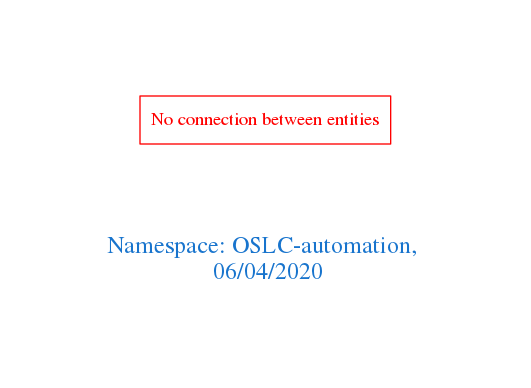
Earlier version of the Graphviz export downloads/OSLC-automation.png (arago/OGIT). Its source is kept beside it as downloads/OSLC-automation.dot.
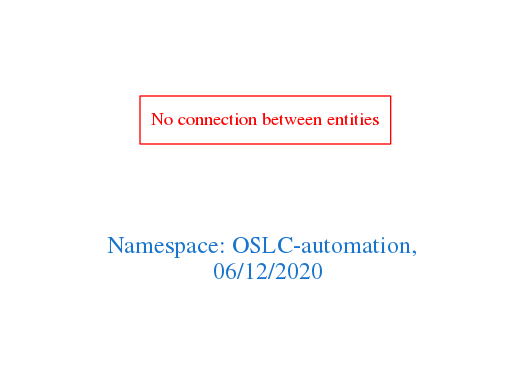
After the commit.

Diff of the diagram source:
```diff
@@ -1,7 +1,7 @@
 digraph OGIT_ontology {
  graph [ rankdir= LR,pad=1
 fontsize = 18,
-fontcolor= dodgerblue3,label = "\n\n\nNamespace: OSLC-automation, \n 06/04/2020"];
+fontcolor= dodgerblue3,label = "\n\n\nNamespace: OSLC-automation, \n 06/12/2020"];
 node[shape=polygon];
 edge [  color="gray81"];
 
```
